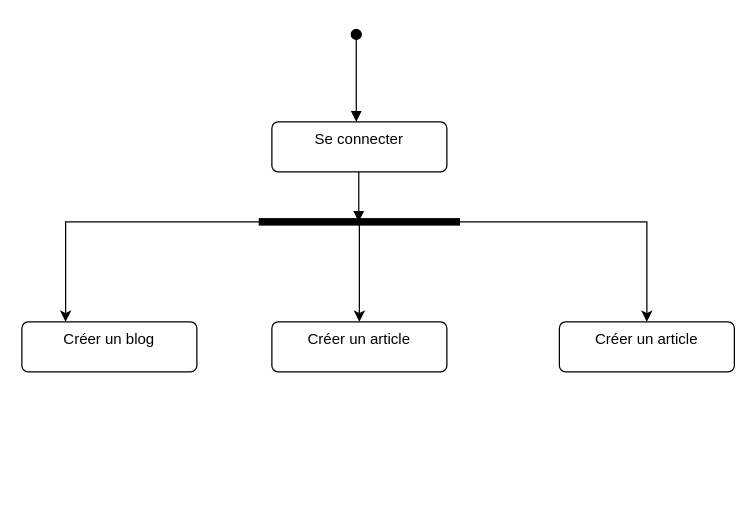
Above: page "Diagramme d'activité" (6 of 6) of Diagramme sans nom.drawio in Ali0908/BDD_UML (draw.io), before the change. Source tidied: cells renumbered, new cells numbered last; positions are measured from the earlier drawing's top-left corner, leaving out a move shared by most shapes. Both pictures are drawn from the tidied source at 125%, with x=0, y=0 at pixel (21, 34).
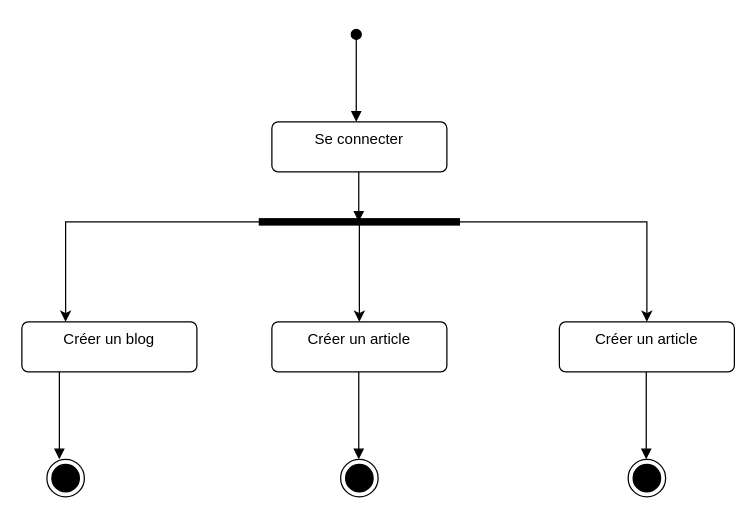
The same diagram, later.

Commit message:
mise à jour du diagramme d'activité

Diff of the diagram source:
```diff
@@
+    <mxCell id="12" style="html=1;verticalAlign=bottom;labelBackgroundColor=none;endArrow=block;endFill=1;rounded=0;exitX=0.5;exitY=1;exitDx=0;exitDy=0;" parent="1" edge="1">
+      <mxGeometry relative="1" as="geometry">
+        <mxPoint x="30" y="270" as="sourcePoint" />
+        <mxPoint x="30" y="340" as="targetPoint" />
+      </mxGeometry>
+    </mxCell>
+    <mxCell id="13" style="html=1;verticalAlign=bottom;labelBackgroundColor=none;endArrow=block;endFill=1;rounded=0;exitX=0.5;exitY=1;exitDx=0;exitDy=0;" parent="1" edge="1">
+      <mxGeometry relative="1" as="geometry">
+        <mxPoint x="269.5" y="270" as="sourcePoint" />
+        <mxPoint x="269.5" y="340" as="targetPoint" />
+      </mxGeometry>
+    </mxCell>
+    <mxCell id="14" style="html=1;verticalAlign=bottom;labelBackgroundColor=none;endArrow=block;endFill=1;rounded=0;exitX=0.5;exitY=1;exitDx=0;exitDy=0;" parent="1" edge="1">
+      <mxGeometry relative="1" as="geometry">
+        <mxPoint x="499.5" y="270" as="sourcePoint" />
+        <mxPoint x="499.5" y="340" as="targetPoint" />
+      </mxGeometry>
+    </mxCell>
+    <mxCell id="15" style="ellipse;html=1;shape=endState;fillColor=strokeColor;" parent="1" vertex="1">
+      <mxGeometry x="20" y="340" width="30" height="30" as="geometry" />
+    </mxCell>
+    <mxCell id="16" style="ellipse;html=1;shape=endState;fillColor=strokeColor;" parent="1" vertex="1">
+      <mxGeometry x="255" y="340" width="30" height="30" as="geometry" />
+    </mxCell>
+    <mxCell id="17" style="ellipse;html=1;shape=endState;fillColor=strokeColor;" parent="1" vertex="1">
+      <mxGeometry x="485" y="340" width="30" height="30" as="geometry" />
+    </mxCell>
```
